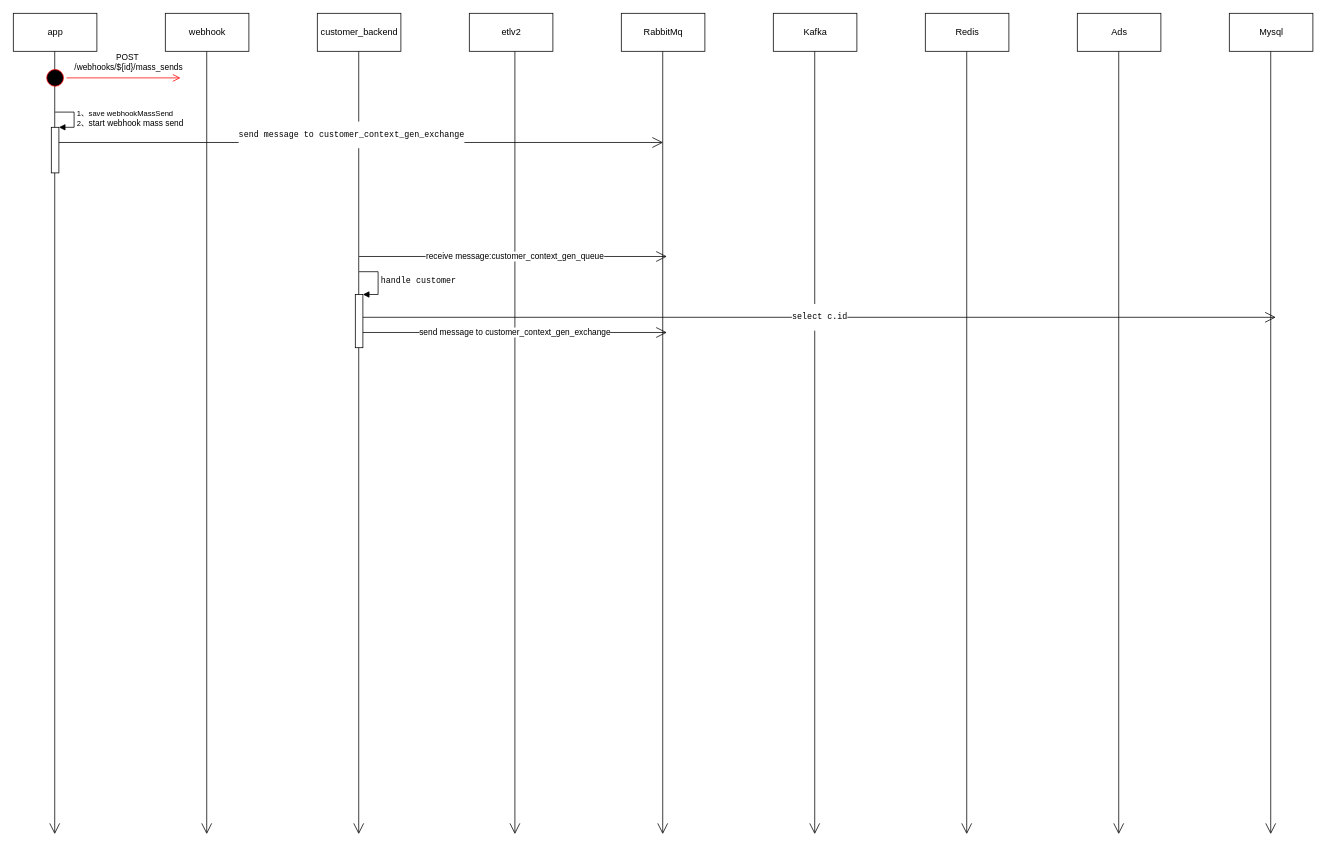
This is Untitled Diagram.drawio from zqy16/Test, a draw.io file, before an edit. Source tidied: cells renumbered, new cells numbered last; positions are measured from the earlier drawing's top-left corner, leaving out a move shared by most shapes. Both pictures are drawn from the tidied source at 76%, with x=0, y=0 at pixel (13, 13).
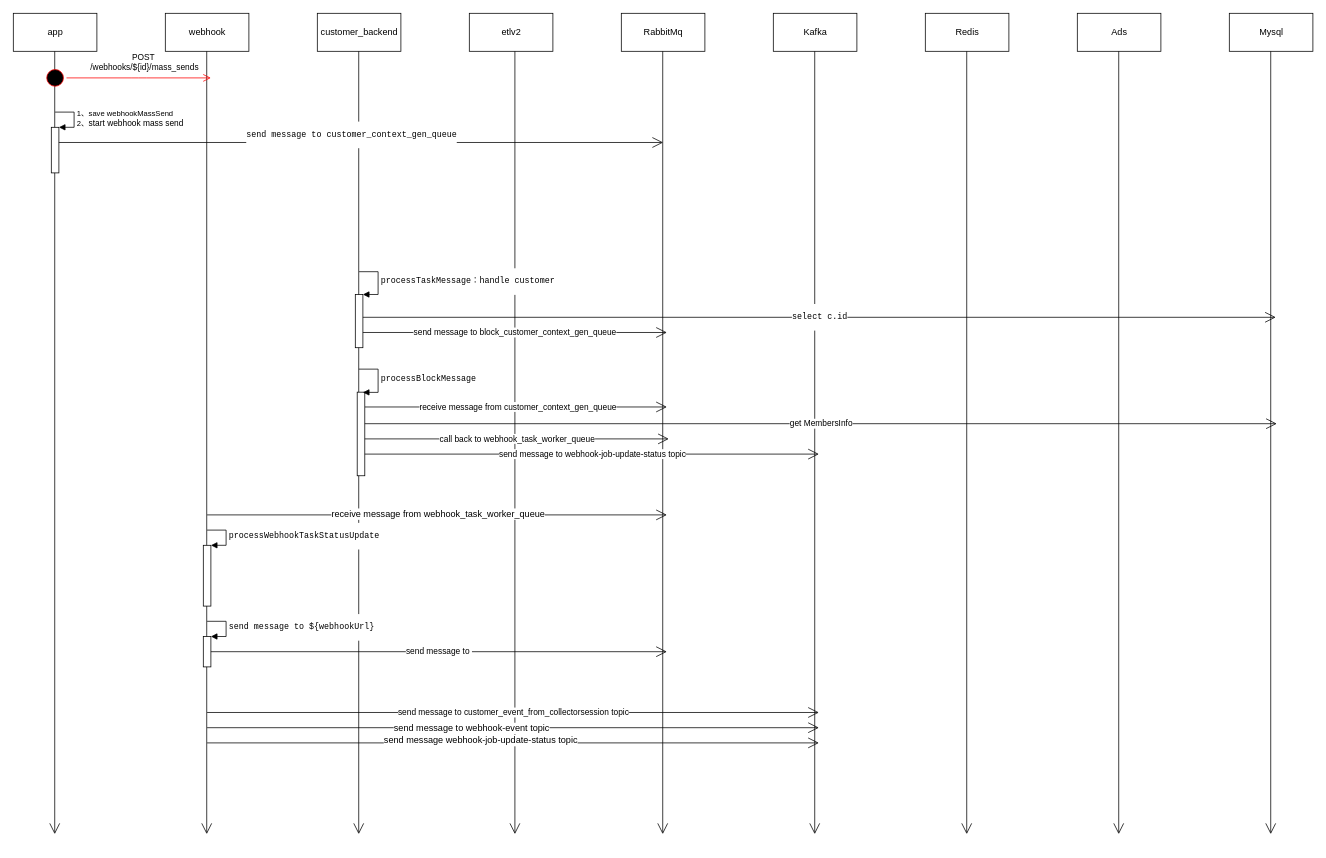
The same diagram, later.

Unchanged cells that the change refers to:
```xml
<mxCell id="18" style="ellipse;html=1;shape=startState;fillColor=#000000;strokeColor=#ff0000;" parent="1" vertex="1">
  <mxGeometry x="40" y="70" width="30" height="30" as="geometry" />
</mxCell>
<mxCell id="26" style="html=1;points=[];perimeter=orthogonalPerimeter;" parent="1" vertex="1">
  <mxGeometry x="450" y="370" width="10" height="70" as="geometry" />
</mxCell>
```

The edit, as a diff of the source:
```diff
@@
     <mxCell id="19" value="&lt;span&gt;POST&lt;br&gt;&amp;nbsp;/webhooks/${id}/mass_sends&lt;/span&gt;" style="edgeStyle=orthogonalEdgeStyle;html=1;verticalAlign=bottom;endArrow=open;endSize=8;strokeColor=#ff0000;" parent="1" edge="1" source="18">
       <mxGeometry x="0.07" y="5" relative="1" as="geometry">
-        <mxPoint x="220" y="85" as="targetPoint" />
+        <mxPoint x="260" y="85" as="targetPoint" />
       </mxGeometry>
     </mxCell>
@@
-    <mxCell id="24" value="&lt;pre&gt;&lt;span&gt;send message to customer_context_gen_exchange&lt;/span&gt;&lt;/pre&gt;" style="endArrow=open;endFill=1;endSize=12;html=1;" parent="1" edge="1">
+    <mxCell id="24" value="&lt;pre&gt;&lt;span&gt;send message to &lt;/span&gt;customer_context_gen_queue&lt;/pre&gt;" style="endArrow=open;endFill=1;endSize=12;html=1;" parent="1" edge="1">
       <mxGeometry x="-0.03" y="10" relative="1" as="geometry">
         <mxPoint x="60" y="170" as="sourcePoint" />
         <mxPoint x="855" y="170" as="targetPoint" />
         <mxPoint x="-1" as="offset" />
       </mxGeometry>
     </mxCell>
-    <mxCell id="25" value="receive message:&lt;span&gt;customer_context_gen_queue&lt;/span&gt;" style="endArrow=open;endFill=1;endSize=12;html=1;" parent="1" edge="1">
+    <mxCell id="25" value="receive message from&amp;nbsp;&lt;span&gt;customer_context_gen_queue&lt;/span&gt;" style="endArrow=open;endFill=1;endSize=12;html=1;" parent="1" edge="1">
       <mxGeometry x="0.01" relative="1" as="geometry">
-        <mxPoint x="455" y="320" as="sourcePoint" />
-        <mxPoint x="860" y="320" as="targetPoint" />
+        <mxPoint x="462.5" y="518" as="sourcePoint" />
+        <mxPoint x="860" y="518" as="targetPoint" />
       </mxGeometry>
     </mxCell>
@@
-    <mxCell id="27" value="&lt;pre&gt;handle customer&lt;/pre&gt;" style="edgeStyle=orthogonalEdgeStyle;html=1;align=left;spacingLeft=2;endArrow=block;rounded=0;entryX=1;entryY=0;" parent="1" edge="1" target="26">
+    <mxCell id="27" value="&lt;pre&gt;&lt;span&gt;processTaskMessage：&lt;/span&gt;handle customer&lt;/pre&gt;" style="edgeStyle=orthogonalEdgeStyle;html=1;align=left;spacingLeft=2;endArrow=block;rounded=0;entryX=1;entryY=0;" parent="1" edge="1" target="26">
       <mxGeometry relative="1" as="geometry">
         <mxPoint x="455" y="340" as="sourcePoint" />
         <Array as="points">
           <mxPoint x="480" y="340" />
         </Array>
       </mxGeometry>
     </mxCell>
-    <mxCell id="28" value="send message to&amp;nbsp;&lt;span&gt;customer_context_gen_exchange&lt;/span&gt;" style="endArrow=open;endFill=1;endSize=12;html=1;" parent="1" edge="1">
+    <mxCell id="28" value="send message to&amp;nbsp;&lt;span&gt;block_customer_context_gen_queue&lt;/span&gt;" style="endArrow=open;endFill=1;endSize=12;html=1;" parent="1" edge="1">
       <mxGeometry relative="1" as="geometry">
         <mxPoint x="460" y="420" as="sourcePoint" />
         <mxPoint x="860" y="420" as="targetPoint" />
       </mxGeometry>
     </mxCell>
@@
+    <mxCell id="30" style="html=1;perimeter=orthogonalPerimeter;" parent="1" vertex="1">
+      <mxGeometry x="452.5" y="498.5" width="10" height="110" as="geometry" />
+    </mxCell>
+    <mxCell id="31" value="get&amp;nbsp;&lt;span&gt;MembersInfo&lt;/span&gt;" style="endArrow=open;endFill=1;endSize=12;html=1;" parent="1" edge="1">
+      <mxGeometry relative="1" as="geometry">
+        <mxPoint x="462.5" y="540" as="sourcePoint" />
+        <mxPoint x="1662.5" y="540" as="targetPoint" />
+      </mxGeometry>
+    </mxCell>
+    <mxCell id="32" value="call back to&amp;nbsp;&lt;span&gt;webhook_task_worker_queue&lt;/span&gt;&lt;br&gt;" style="endArrow=open;endFill=1;endSize=12;html=1;" parent="1" edge="1">
+      <mxGeometry relative="1" as="geometry">
+        <mxPoint x="462.5" y="560" as="sourcePoint" />
+        <mxPoint x="862.5" y="560" as="targetPoint" />
+      </mxGeometry>
+    </mxCell>
+    <mxCell id="33" value="send message to&amp;nbsp;&lt;span&gt;webhook-job-update-status topic&lt;/span&gt;" style="endArrow=open;endFill=1;endSize=12;html=1;" parent="1" edge="1">
+      <mxGeometry relative="1" as="geometry">
+        <mxPoint x="462.5" y="580" as="sourcePoint" />
+        <mxPoint x="1060" y="580" as="targetPoint" />
+      </mxGeometry>
+    </mxCell>
+    <mxCell id="34" value="&lt;pre&gt;&lt;pre&gt;processBlockMessage&lt;/pre&gt;&lt;/pre&gt;" style="edgeStyle=orthogonalEdgeStyle;html=1;align=left;spacingLeft=2;endArrow=block;rounded=0;entryX=1;entryY=0;" parent="1" edge="1">
+      <mxGeometry relative="1" as="geometry">
+        <mxPoint x="454.7" y="468.2" as="sourcePoint" />
+        <mxPoint x="460" y="498.8" as="targetPoint" />
+        <Array as="points">
+          <mxPoint x="480" y="468.5" />
+        </Array>
+      </mxGeometry>
+    </mxCell>
+    <mxCell id="35" style="endArrow=open;endFill=1;endSize=12;html=1;" parent="1" edge="1">
+      <mxGeometry relative="1" as="geometry">
+        <mxPoint x="255" y="660" as="sourcePoint" />
+        <mxPoint x="860" y="660" as="targetPoint" />
+      </mxGeometry>
+    </mxCell>
+    <mxCell id="36" value="receive message from&amp;nbsp;&lt;span&gt;webhook_task_worker_queue&lt;/span&gt;" style="text;html=1;align=center;verticalAlign=middle;labelBackgroundColor=#ffffff;" parent="35" vertex="1">
+      <mxGeometry y="2" relative="1" as="geometry" />
+    </mxCell>
+    <mxCell id="37" style="html=1;points=[];perimeter=orthogonalPerimeter;" parent="1" vertex="1">
+      <mxGeometry x="250" y="700" width="10" height="80" as="geometry" />
+    </mxCell>
+    <mxCell id="38" value="&lt;pre&gt;processWebhookTaskStatusUpdate&lt;/pre&gt;" style="edgeStyle=orthogonalEdgeStyle;html=1;align=left;spacingLeft=2;endArrow=block;rounded=0;entryX=1;entryY=0;" parent="1" edge="1" target="37">
+      <mxGeometry relative="1" as="geometry">
+        <mxPoint x="255" y="680" as="sourcePoint" />
+        <Array as="points">
+          <mxPoint x="280" y="680" />
+        </Array>
+      </mxGeometry>
+    </mxCell>
+    <mxCell id="39" value="send message to&amp;nbsp;&lt;span&gt;customer_event_from_collectorsession topic&lt;/span&gt;&lt;br&gt;" style="endArrow=open;endFill=1;endSize=12;html=1;" parent="1" edge="1">
+      <mxGeometry relative="1" as="geometry">
+        <mxPoint x="255" y="920" as="sourcePoint" />
+        <mxPoint x="1060" y="920" as="targetPoint" />
+      </mxGeometry>
+    </mxCell>
+    <mxCell id="40" style="endArrow=open;endFill=1;endSize=12;html=1;" parent="1" edge="1">
+      <mxGeometry relative="1" as="geometry">
+        <mxPoint x="255" y="940" as="sourcePoint" />
+        <mxPoint x="1060" y="940" as="targetPoint" />
+      </mxGeometry>
+    </mxCell>
+    <mxCell id="41" value="send message to&amp;nbsp;&lt;span&gt;webhook-event topic&lt;/span&gt;&lt;br&gt;" style="text;html=1;align=center;verticalAlign=middle;labelBackgroundColor=#ffffff;" parent="40" vertex="1">
+      <mxGeometry x="-0.14" relative="1" as="geometry">
+        <mxPoint x="1" as="offset" />
+      </mxGeometry>
+    </mxCell>
+    <mxCell id="42" style="endArrow=open;endFill=1;endSize=12;html=1;" parent="1" edge="1">
+      <mxGeometry relative="1" as="geometry">
+        <mxPoint x="255" y="960" as="sourcePoint" />
+        <mxPoint x="1060" y="960" as="targetPoint" />
+      </mxGeometry>
+    </mxCell>
+    <mxCell id="43" value="&lt;span&gt;send message webhook-job-update-status topic&lt;/span&gt;" style="text;html=1;align=center;verticalAlign=middle;labelBackgroundColor=#ffffff;" parent="42" vertex="1">
+      <mxGeometry x="-0.11" y="4" relative="1" as="geometry">
+        <mxPoint x="1" as="offset" />
+      </mxGeometry>
+    </mxCell>
+    <mxCell id="44" style="html=1;points=[];perimeter=orthogonalPerimeter;" parent="1" vertex="1">
+      <mxGeometry x="250" y="820" width="10" height="40" as="geometry" />
+    </mxCell>
+    <mxCell id="45" value="&lt;pre&gt;&lt;span&gt;send message to &lt;/span&gt;${webhookUrl}&lt;/pre&gt;" style="edgeStyle=orthogonalEdgeStyle;html=1;align=left;spacingLeft=2;endArrow=block;rounded=0;entryX=1;entryY=0;" parent="1" edge="1" target="44">
+      <mxGeometry relative="1" as="geometry">
+        <mxPoint x="255" y="800" as="sourcePoint" />
+        <Array as="points">
+          <mxPoint x="280" y="800" />
+        </Array>
+      </mxGeometry>
+    </mxCell>
+    <mxCell id="46" value="send message to&amp;nbsp;" style="endArrow=open;endFill=1;endSize=12;html=1;" parent="1" edge="1">
+      <mxGeometry relative="1" as="geometry">
+        <mxPoint x="260" y="840" as="sourcePoint" />
+        <mxPoint x="860" y="840" as="targetPoint" />
+      </mxGeometry>
+    </mxCell>
```
